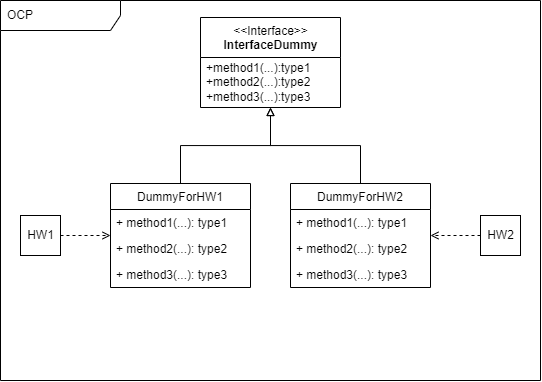
Earlier version of the draw.io export ComputerScience/UncleBob/CleanArchitecture/uploads/OCP002.png (LuisCarlosRojasTorres/Books). Source tidied: cells renumbered, new cells last; positions are measured from the earlier drawing's top-left corner, leaving out a move shared by most shapes.
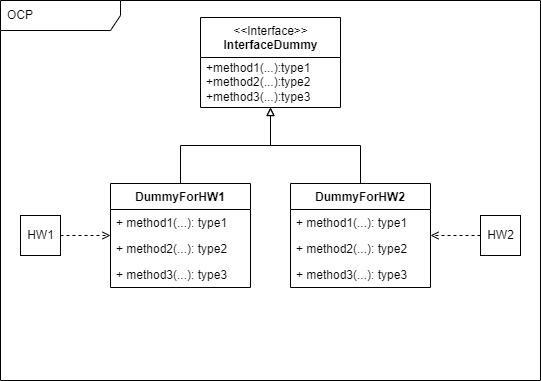
The same diagram one commit later.

What changed in the source:
```diff
@@ -8,7 +8,7 @@
     <mxCell id="3" style="edgeStyle=orthogonalEdgeStyle;rounded=0;jettySize=auto;html=1;exitX=0.5;exitY=0;exitDx=0;exitDy=0;endArrow=block;endFill=0;" parent="1" edge="1" source="4" target="8">
       <mxGeometry relative="1" as="geometry" />
     </mxCell>
-    <mxCell id="4" value="DummyForHW1" style="swimlane;fontStyle=0;horizontal=1;startSize=26;fillColor=none;" parent="1" vertex="1">
+    <mxCell id="4" value="DummyForHW1" style="swimlane;fontStyle=1;horizontal=1;startSize=26;fillColor=none;" parent="1" vertex="1">
       <mxGeometry x="110" y="183" width="140" height="104" as="geometry" />
     </mxCell>
     <mxCell id="5" value="+ method1(...): type1" style="text;strokeColor=none;fillColor=none;align=left;verticalAlign=top;spacingLeft=4;spacingRight=4;overflow=hidden;" parent="4" vertex="1">
@@ -31,7 +31,7 @@
         <mxPoint x="270" y="107" as="targetPoint" />
       </mxGeometry>
     </mxCell>
-    <mxCell id="11" value="DummyForHW2" style="swimlane;fontStyle=0;horizontal=1;startSize=26;fillColor=none;" parent="1" vertex="1">
+    <mxCell id="11" value="DummyForHW2" style="swimlane;fontStyle=1;horizontal=1;startSize=26;fillColor=none;" parent="1" vertex="1">
       <mxGeometry x="290" y="183" width="140" height="104" as="geometry" />
     </mxCell>
     <mxCell id="12" value="+ method1(...): type1" style="text;strokeColor=none;fillColor=none;align=left;verticalAlign=top;spacingLeft=4;spacingRight=4;overflow=hidden;" parent="11" vertex="1">
```
